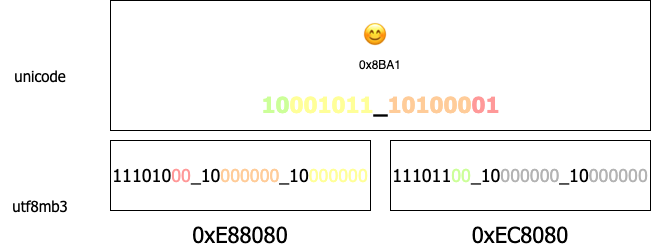
Above: encode.png in Lydanne/utf8mb3 (draw.io), before the change. Source tidied: cells renumbered, new cells last; positions are measured from the earlier drawing's top-left corner, leaving out a move shared by most shapes. Its diagram source:
```xml
<mxGraphModel>
  <root>
    <mxCell id="0" />
    <mxCell id="1" parent="0" />
    <mxCell id="2" style="rounded=0;whiteSpace=wrap;html=1;fontFamily=Tahoma;fontSize=22;" parent="1" vertex="1">
      <mxGeometry x="110" y="140" width="260" height="70" as="geometry" />
    </mxCell>
    <mxCell id="3" style="group;" parent="1" vertex="1">
      <mxGeometry x="110" width="540" height="130" as="geometry" />
    </mxCell>
    <mxCell id="4" style="rounded=0;whiteSpace=wrap;html=1;" parent="3" vertex="1">
      <mxGeometry width="540" height="130" as="geometry" />
    </mxCell>
    <mxCell id="5" value="0x8BA1" style="text;html=1;strokeColor=none;fillColor=none;align=center;verticalAlign=middle;whiteSpace=wrap;rounded=0;" parent="3" vertex="1">
      <mxGeometry x="195" y="50" width="150" height="30" as="geometry" />
    </mxCell>
    <mxCell id="6" value="&lt;font color=&quot;#ccff99&quot;&gt;10&lt;/font&gt;&lt;font color=&quot;#ffff99&quot;&gt;001011&lt;/font&gt;_&lt;font color=&quot;#ffcc99&quot;&gt;101000&lt;/font&gt;&lt;font color=&quot;#ff9999&quot;&gt;01&lt;/font&gt;" style="text;html=1;strokeColor=none;fillColor=none;align=center;verticalAlign=middle;whiteSpace=wrap;rounded=0;fontSize=22;fontStyle=1;fontFamily=Tahoma;" parent="3" vertex="1">
      <mxGeometry x="27.5" y="90" width="485" height="30" as="geometry" />
    </mxCell>
    <mxCell id="7" value="😊" style="text;html=1;strokeColor=none;fillColor=none;align=center;verticalAlign=middle;whiteSpace=wrap;rounded=0;fontSize=24;" parent="3" vertex="1">
      <mxGeometry x="210" y="20" width="110" height="30" as="geometry" />
    </mxCell>
    <mxCell id="8" value="0xE88080" style="text;html=1;strokeColor=none;fillColor=none;align=center;verticalAlign=middle;whiteSpace=wrap;rounded=0;fontFamily=Tahoma;fontSize=22;" parent="1" vertex="1">
      <mxGeometry x="185" y="220" width="110" height="30" as="geometry" />
    </mxCell>
    <mxCell id="9" value="0xEC8080" style="text;html=1;strokeColor=none;fillColor=none;align=center;verticalAlign=middle;whiteSpace=wrap;rounded=0;fontFamily=Tahoma;fontSize=22;" parent="1" vertex="1">
      <mxGeometry x="465" y="220" width="110" height="30" as="geometry" />
    </mxCell>
    <mxCell id="10" value="utf8mb3" style="text;html=1;strokeColor=none;fillColor=none;align=center;verticalAlign=middle;whiteSpace=wrap;rounded=0;fontFamily=Tahoma;fontSize=15;" parent="1" vertex="1">
      <mxGeometry y="190" width="80" height="30" as="geometry" />
    </mxCell>
    <mxCell id="11" value="111010&lt;font color=&quot;#ff9999&quot;&gt;00&lt;/font&gt;_10&lt;font color=&quot;#ffcc99&quot;&gt;000000&lt;/font&gt;_10&lt;font color=&quot;#ffff99&quot;&gt;000000&lt;/font&gt;" style="text;html=1;strokeColor=none;fillColor=none;align=center;verticalAlign=middle;whiteSpace=wrap;rounded=0;fontFamily=Tahoma;fontSize=18;" parent="1" vertex="1">
      <mxGeometry x="120" y="160" width="240" height="30" as="geometry" />
    </mxCell>
    <mxCell id="12" style="rounded=0;whiteSpace=wrap;html=1;fontFamily=Tahoma;fontSize=22;" parent="1" vertex="1">
      <mxGeometry x="390" y="140" width="260" height="70" as="geometry" />
    </mxCell>
    <mxCell id="13" value="111011&lt;font color=&quot;#ccff99&quot;&gt;00&lt;/font&gt;_10&lt;font color=&quot;#b3b3b3&quot;&gt;000000&lt;/font&gt;_10&lt;font color=&quot;#b3b3b3&quot;&gt;000000&lt;/font&gt;" style="text;html=1;strokeColor=none;fillColor=none;align=center;verticalAlign=middle;whiteSpace=wrap;rounded=0;fontFamily=Tahoma;fontSize=18;" parent="1" vertex="1">
      <mxGeometry x="400" y="160" width="240" height="30" as="geometry" />
    </mxCell>
    <mxCell id="14" value="unicode" style="text;html=1;strokeColor=none;fillColor=none;align=center;verticalAlign=middle;whiteSpace=wrap;rounded=0;fontFamily=Tahoma;fontSize=15;" parent="1" vertex="1">
      <mxGeometry y="60" width="80" height="30" as="geometry" />
    </mxCell>
  </root>
</mxGraphModel>
```
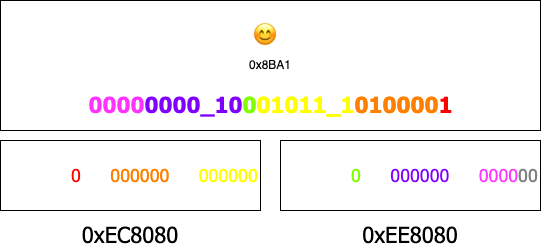
The same diagram one commit later.

Change to the diagram source:
```diff
@@ -14,32 +14,26 @@
     <mxCell id="5" value="0x8BA1" style="text;html=1;strokeColor=none;fillColor=none;align=center;verticalAlign=middle;whiteSpace=wrap;rounded=0;" parent="3" vertex="1">
       <mxGeometry x="195" y="50" width="150" height="30" as="geometry" />
     </mxCell>
-    <mxCell id="6" value="&lt;font color=&quot;#ccff99&quot;&gt;10&lt;/font&gt;&lt;font color=&quot;#ffff99&quot;&gt;001011&lt;/font&gt;_&lt;font color=&quot;#ffcc99&quot;&gt;101000&lt;/font&gt;&lt;font color=&quot;#ff9999&quot;&gt;01&lt;/font&gt;" style="text;html=1;strokeColor=none;fillColor=none;align=center;verticalAlign=middle;whiteSpace=wrap;rounded=0;fontSize=22;fontStyle=1;fontFamily=Tahoma;" parent="3" vertex="1">
+    <mxCell id="6" value="&lt;font color=&quot;#ff33ff&quot;&gt;0000&lt;/font&gt;&lt;font color=&quot;#7f00ff&quot;&gt;0000_10&lt;/font&gt;&lt;font color=&quot;#80ff00&quot;&gt;0&lt;/font&gt;&lt;font color=&quot;#ffff00&quot;&gt;01011_1&lt;/font&gt;&lt;font color=&quot;#ff8000&quot;&gt;010000&lt;/font&gt;&lt;font color=&quot;#ff0000&quot;&gt;1&lt;/font&gt;" style="text;html=1;strokeColor=none;fillColor=none;align=center;verticalAlign=middle;whiteSpace=wrap;rounded=0;fontSize=22;fontStyle=1;fontFamily=Tahoma;" parent="3" vertex="1">
       <mxGeometry x="27.5" y="90" width="485" height="30" as="geometry" />
     </mxCell>
     <mxCell id="7" value="😊" style="text;html=1;strokeColor=none;fillColor=none;align=center;verticalAlign=middle;whiteSpace=wrap;rounded=0;fontSize=24;" parent="3" vertex="1">
       <mxGeometry x="210" y="20" width="110" height="30" as="geometry" />
     </mxCell>
-    <mxCell id="8" value="0xE88080" style="text;html=1;strokeColor=none;fillColor=none;align=center;verticalAlign=middle;whiteSpace=wrap;rounded=0;fontFamily=Tahoma;fontSize=22;" parent="1" vertex="1">
+    <mxCell id="8" value="0xEC8080" style="text;html=1;strokeColor=none;fillColor=none;align=center;verticalAlign=middle;whiteSpace=wrap;rounded=0;fontFamily=Tahoma;fontSize=22;" parent="1" vertex="1">
       <mxGeometry x="185" y="220" width="110" height="30" as="geometry" />
     </mxCell>
-    <mxCell id="9" value="0xEC8080" style="text;html=1;strokeColor=none;fillColor=none;align=center;verticalAlign=middle;whiteSpace=wrap;rounded=0;fontFamily=Tahoma;fontSize=22;" parent="1" vertex="1">
+    <mxCell id="9" value="0xEE8080" style="text;html=1;strokeColor=none;fillColor=none;align=center;verticalAlign=middle;whiteSpace=wrap;rounded=0;fontFamily=Tahoma;fontSize=22;" parent="1" vertex="1">
       <mxGeometry x="465" y="220" width="110" height="30" as="geometry" />
     </mxCell>
-    <mxCell id="10" value="utf8mb3" style="text;html=1;strokeColor=none;fillColor=none;align=center;verticalAlign=middle;whiteSpace=wrap;rounded=0;fontFamily=Tahoma;fontSize=15;" parent="1" vertex="1">
-      <mxGeometry y="190" width="80" height="30" as="geometry" />
-    </mxCell>
-    <mxCell id="11" value="111010&lt;font color=&quot;#ff9999&quot;&gt;00&lt;/font&gt;_10&lt;font color=&quot;#ffcc99&quot;&gt;000000&lt;/font&gt;_10&lt;font color=&quot;#ffff99&quot;&gt;000000&lt;/font&gt;" style="text;html=1;strokeColor=none;fillColor=none;align=center;verticalAlign=middle;whiteSpace=wrap;rounded=0;fontFamily=Tahoma;fontSize=18;" parent="1" vertex="1">
+    <mxCell id="11" value="&lt;font color=&quot;#ffffff&quot;&gt;1110110&lt;/font&gt;&lt;font color=&quot;#ff0000&quot;&gt;0&lt;/font&gt;&lt;font color=&quot;#ffffff&quot;&gt;_10&lt;/font&gt;&lt;font color=&quot;#ff8000&quot;&gt;000000&lt;/font&gt;&lt;font color=&quot;#ffffff&quot;&gt;_10&lt;/font&gt;&lt;font color=&quot;#ffff00&quot;&gt;000000&lt;/font&gt;" style="text;html=1;strokeColor=none;fillColor=none;align=center;verticalAlign=middle;whiteSpace=wrap;rounded=0;fontFamily=Tahoma;fontSize=18;" parent="1" vertex="1">
       <mxGeometry x="120" y="160" width="240" height="30" as="geometry" />
     </mxCell>
     <mxCell id="12" style="rounded=0;whiteSpace=wrap;html=1;fontFamily=Tahoma;fontSize=22;" parent="1" vertex="1">
       <mxGeometry x="390" y="140" width="260" height="70" as="geometry" />
     </mxCell>
-    <mxCell id="13" value="111011&lt;font color=&quot;#ccff99&quot;&gt;00&lt;/font&gt;_10&lt;font color=&quot;#b3b3b3&quot;&gt;000000&lt;/font&gt;_10&lt;font color=&quot;#b3b3b3&quot;&gt;000000&lt;/font&gt;" style="text;html=1;strokeColor=none;fillColor=none;align=center;verticalAlign=middle;whiteSpace=wrap;rounded=0;fontFamily=Tahoma;fontSize=18;" parent="1" vertex="1">
+    <mxCell id="13" value="&lt;font color=&quot;#ffffff&quot;&gt;1110111&lt;/font&gt;&lt;font color=&quot;#80ff00&quot;&gt;0&lt;/font&gt;&lt;font color=&quot;#ffffff&quot;&gt;_10&lt;/font&gt;&lt;font color=&quot;#7f00ff&quot;&gt;000000&lt;/font&gt;&lt;font color=&quot;#ffffff&quot;&gt;_10&lt;/font&gt;&lt;font color=&quot;#ff33ff&quot;&gt;0000&lt;/font&gt;&lt;font color=&quot;#808080&quot;&gt;00&lt;/font&gt;" style="text;html=1;strokeColor=none;fillColor=none;align=center;verticalAlign=middle;whiteSpace=wrap;rounded=0;fontFamily=Tahoma;fontSize=18;" parent="1" vertex="1">
       <mxGeometry x="400" y="160" width="240" height="30" as="geometry" />
     </mxCell>
-    <mxCell id="14" value="unicode" style="text;html=1;strokeColor=none;fillColor=none;align=center;verticalAlign=middle;whiteSpace=wrap;rounded=0;fontFamily=Tahoma;fontSize=15;" parent="1" vertex="1">
-      <mxGeometry y="60" width="80" height="30" as="geometry" />
-    </mxCell>
   </root>
 </mxGraphModel>
```
